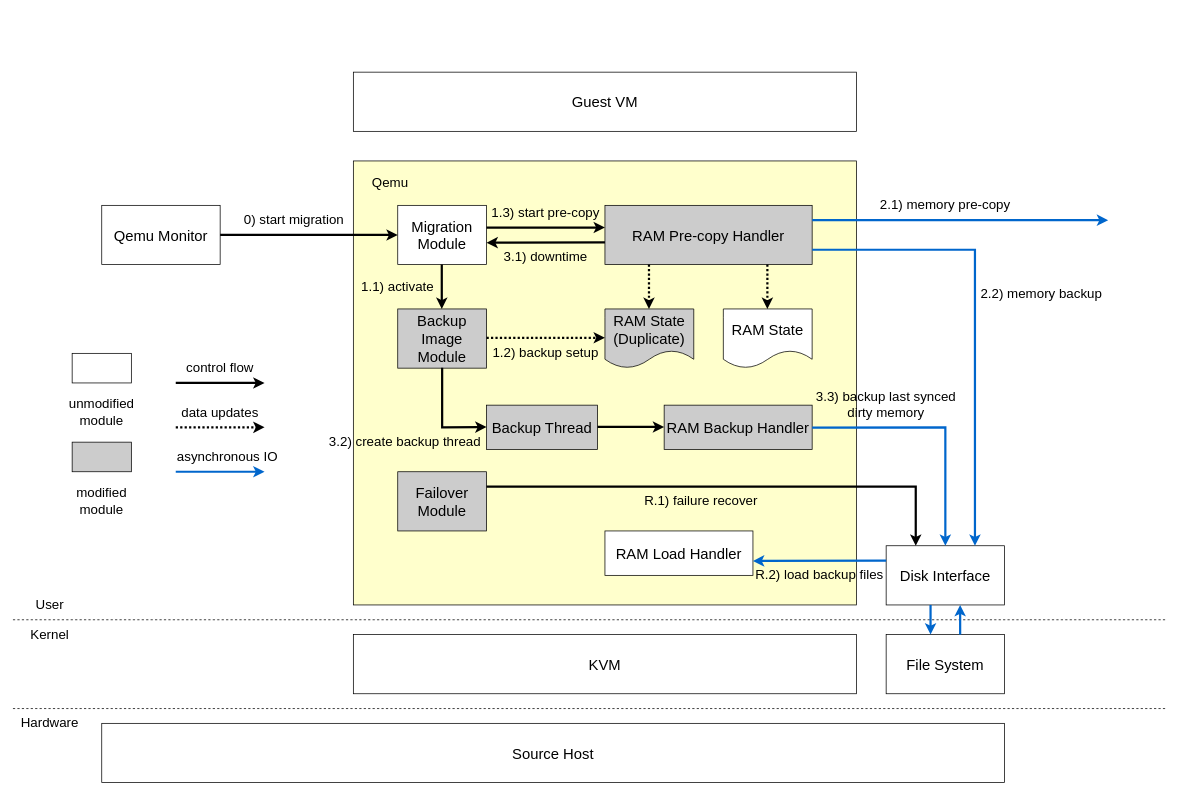
Before: final/architecture source host.drawio in xuyizhe1999/drawio, a draw.io diagram. Source tidied: cells renumbered, new cells numbered last; positions are measured from the earlier drawing's top-left corner, leaving out a move shared by most shapes. Both pictures are drawn from the tidied source at 74%, with x=0, y=0 at pixel (13, 72).
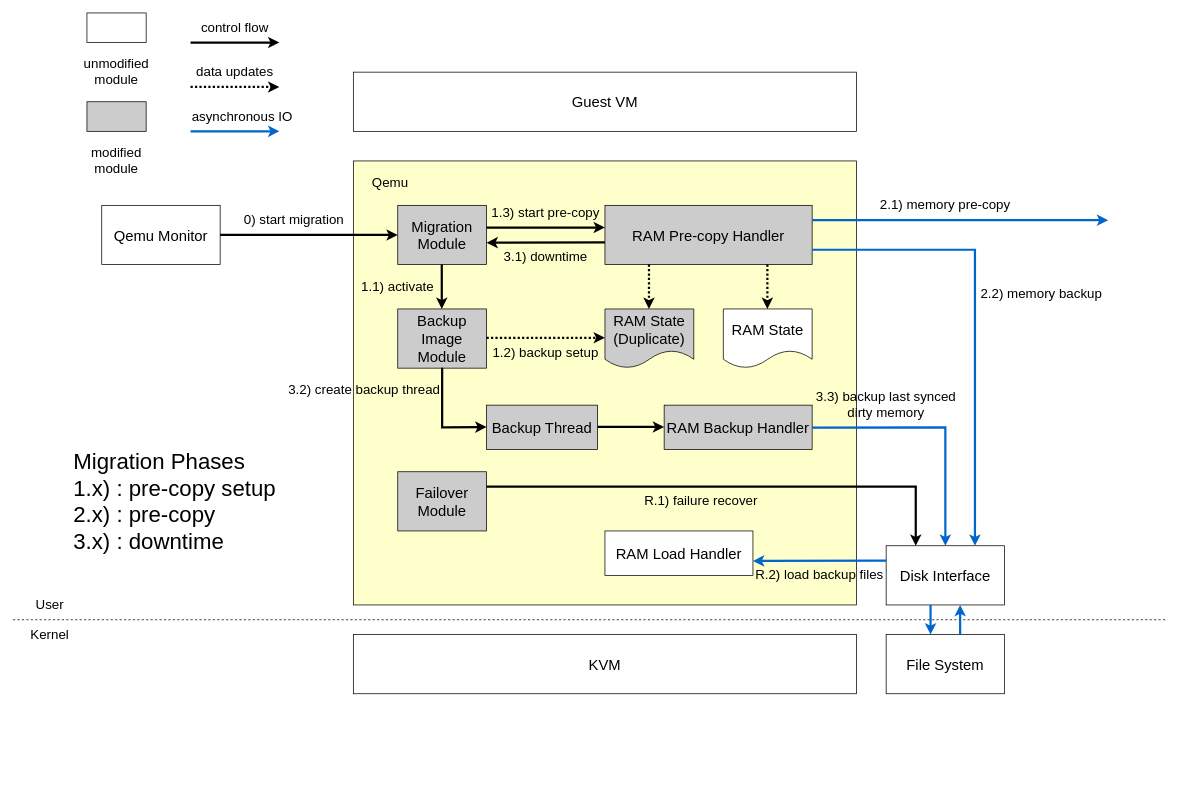
After the change.

The edit, as a diff of the source:
```diff
@@
-    <mxCell id="5" value="&lt;font style=&quot;font-size: 20px;&quot;&gt;Migration&lt;br style=&quot;font-size: 20px;&quot;&gt;Module&lt;/font&gt;" style="rounded=0;whiteSpace=wrap;html=1;fontSize=20;" parent="1" vertex="1">
+    <mxCell id="5" value="&lt;font style=&quot;font-size: 20px;&quot;&gt;Migration&lt;br style=&quot;font-size: 20px;&quot;&gt;Module&lt;/font&gt;" style="rounded=0;whiteSpace=wrap;html=1;fontSize=20;fillColor=#CCCCCC;" parent="1" vertex="1">
       <mxGeometry x="520" y="180" width="120" height="80" as="geometry" />
     </mxCell>
@@
-    <mxCell id="38" style="endArrow=none;dashed=1;html=1;rounded=0;" parent="1" edge="1">
-      <mxGeometry relative="1" as="geometry">
-        <mxPoint y="860" as="sourcePoint" />
-        <mxPoint x="1560" y="860" as="targetPoint" />
-      </mxGeometry>
-    </mxCell>
-    <mxCell id="39" value="&lt;span style=&quot;font-size: 18px;&quot;&gt;Hardware&lt;/span&gt;" style="text;html=1;strokeColor=none;fillColor=none;align=center;verticalAlign=middle;whiteSpace=wrap;rounded=0;" parent="1" vertex="1">
-      <mxGeometry y="860" width="100" height="40" as="geometry" />
-    </mxCell>
@@
-    <mxCell id="43" value="&lt;font style=&quot;font-size: 20px;&quot;&gt;Source Host&lt;/font&gt;" style="rounded=0;whiteSpace=wrap;html=1;" parent="1" vertex="1">
-      <mxGeometry x="120" y="880" width="1220" height="80" as="geometry" />
-    </mxCell>
-    <mxCell id="44" style="endArrow=classic;html=1;rounded=0;strokeWidth=3;" parent="1" edge="1">
-      <mxGeometry relative="1" as="geometry">
-        <mxPoint x="220" y="420" as="sourcePoint" />
-        <mxPoint x="340" y="420" as="targetPoint" />
-      </mxGeometry>
-    </mxCell>
-    <mxCell id="45" style="endArrow=classic;html=1;rounded=0;strokeWidth=3;strokeColor=#0066CC;" parent="1" edge="1">
-      <mxGeometry relative="1" as="geometry">
-        <mxPoint x="220" y="540" as="sourcePoint" />
-        <mxPoint x="340" y="540" as="targetPoint" />
-      </mxGeometry>
-    </mxCell>
-    <mxCell id="46" value="&lt;span style=&quot;font-size: 18px;&quot;&gt;control flow&lt;/span&gt;" style="text;html=1;strokeColor=none;fillColor=none;align=center;verticalAlign=middle;whiteSpace=wrap;rounded=0;" parent="1" vertex="1">
-      <mxGeometry x="220" y="380" width="120" height="40" as="geometry" />
-    </mxCell>
-    <mxCell id="47" style="endArrow=classic;html=1;rounded=0;strokeWidth=3;dashed=1;dashPattern=1 1;" parent="1" edge="1">
-      <mxGeometry relative="1" as="geometry">
-        <mxPoint x="220" y="480" as="sourcePoint" />
-        <mxPoint x="340" y="480" as="targetPoint" />
-      </mxGeometry>
-    </mxCell>
-    <mxCell id="48" value="&lt;span style=&quot;font-size: 18px;&quot;&gt;data updates&lt;/span&gt;" style="text;html=1;strokeColor=none;fillColor=none;align=center;verticalAlign=middle;whiteSpace=wrap;rounded=0;" parent="1" vertex="1">
-      <mxGeometry x="220" y="440" width="120" height="40" as="geometry" />
-    </mxCell>
-    <mxCell id="49" value="&lt;span style=&quot;font-size: 18px;&quot;&gt;asynchronous IO&lt;/span&gt;" style="text;html=1;strokeColor=none;fillColor=none;align=center;verticalAlign=middle;whiteSpace=wrap;rounded=0;" parent="1" vertex="1">
-      <mxGeometry x="220" y="500" width="140" height="40" as="geometry" />
-    </mxCell>
-    <mxCell id="50" style="rounded=0;whiteSpace=wrap;html=1;" parent="1" vertex="1">
-      <mxGeometry x="80" y="380" width="80" height="40" as="geometry" />
-    </mxCell>
-    <mxCell id="51" value="&lt;span style=&quot;font-size: 18px;&quot;&gt;unmodified module&lt;/span&gt;" style="text;html=1;strokeColor=none;fillColor=none;align=center;verticalAlign=middle;whiteSpace=wrap;rounded=0;" parent="1" vertex="1">
-      <mxGeometry x="60" y="440" width="120" height="40" as="geometry" />
-    </mxCell>
-    <mxCell id="52" style="rounded=0;whiteSpace=wrap;html=1;fillColor=#CCCCCC;" parent="1" vertex="1">
-      <mxGeometry x="80" y="500" width="80" height="40" as="geometry" />
-    </mxCell>
-    <mxCell id="53" value="&lt;span style=&quot;font-size: 18px;&quot;&gt;modified module&lt;/span&gt;" style="text;html=1;strokeColor=none;fillColor=none;align=center;verticalAlign=middle;whiteSpace=wrap;rounded=0;" parent="1" vertex="1">
-      <mxGeometry x="60" y="560" width="120" height="40" as="geometry" />
-    </mxCell>
@@
-    <mxCell id="55" value="&lt;font style=&quot;font-size: 18px;&quot;&gt;3.2) create backup thread&lt;/font&gt;" style="text;html=1;strokeColor=none;fillColor=none;align=center;verticalAlign=middle;whiteSpace=wrap;rounded=0;" parent="1" vertex="1">
-      <mxGeometry x="420" y="480" width="220" height="40" as="geometry" />
-    </mxCell>
@@
+    <mxCell id="61" style="endArrow=classic;html=1;rounded=0;strokeWidth=3;" parent="1" edge="1">
+      <mxGeometry relative="1" as="geometry">
+        <mxPoint x="240" y="-40" as="sourcePoint" />
+        <mxPoint x="360" y="-40" as="targetPoint" />
+      </mxGeometry>
+    </mxCell>
+    <mxCell id="62" style="endArrow=classic;html=1;rounded=0;strokeWidth=3;strokeColor=#0066CC;" parent="1" edge="1">
+      <mxGeometry relative="1" as="geometry">
+        <mxPoint x="240" y="80" as="sourcePoint" />
+        <mxPoint x="360" y="80" as="targetPoint" />
+      </mxGeometry>
+    </mxCell>
+    <mxCell id="46" value="&lt;span style=&quot;font-size: 18px;&quot;&gt;control flow&lt;/span&gt;" style="text;html=1;strokeColor=none;fillColor=none;align=center;verticalAlign=middle;whiteSpace=wrap;rounded=0;" parent="1" vertex="1">
+      <mxGeometry x="240" y="-80" width="120" height="40" as="geometry" />
+    </mxCell>
+    <mxCell id="63" style="endArrow=classic;html=1;rounded=0;strokeWidth=3;dashed=1;dashPattern=1 1;" parent="1" edge="1">
+      <mxGeometry relative="1" as="geometry">
+        <mxPoint x="240" y="20" as="sourcePoint" />
+        <mxPoint x="360" y="20" as="targetPoint" />
+      </mxGeometry>
+    </mxCell>
+    <mxCell id="48" value="&lt;span style=&quot;font-size: 18px;&quot;&gt;data updates&lt;/span&gt;" style="text;html=1;strokeColor=none;fillColor=none;align=center;verticalAlign=middle;whiteSpace=wrap;rounded=0;" parent="1" vertex="1">
+      <mxGeometry x="240" y="-20" width="120" height="40" as="geometry" />
+    </mxCell>
+    <mxCell id="49" value="&lt;span style=&quot;font-size: 18px;&quot;&gt;asynchronous IO&lt;/span&gt;" style="text;html=1;strokeColor=none;fillColor=none;align=center;verticalAlign=middle;whiteSpace=wrap;rounded=0;" parent="1" vertex="1">
+      <mxGeometry x="240" y="40" width="140" height="40" as="geometry" />
+    </mxCell>
+    <mxCell id="64" style="rounded=0;whiteSpace=wrap;html=1;" parent="1" vertex="1">
+      <mxGeometry x="100" y="-80" width="80" height="40" as="geometry" />
+    </mxCell>
+    <mxCell id="51" value="&lt;span style=&quot;font-size: 18px;&quot;&gt;unmodified module&lt;/span&gt;" style="text;html=1;strokeColor=none;fillColor=none;align=center;verticalAlign=middle;whiteSpace=wrap;rounded=0;" parent="1" vertex="1">
+      <mxGeometry x="80" y="-20" width="120" height="40" as="geometry" />
+    </mxCell>
+    <mxCell id="65" style="rounded=0;whiteSpace=wrap;html=1;fillColor=#CCCCCC;" parent="1" vertex="1">
+      <mxGeometry x="100" y="40" width="80" height="40" as="geometry" />
+    </mxCell>
+    <mxCell id="53" value="&lt;span style=&quot;font-size: 18px;&quot;&gt;modified module&lt;/span&gt;" style="text;html=1;strokeColor=none;fillColor=none;align=center;verticalAlign=middle;whiteSpace=wrap;rounded=0;" parent="1" vertex="1">
+      <mxGeometry x="80" y="100" width="120" height="40" as="geometry" />
+    </mxCell>
+    <mxCell id="55" value="&lt;font style=&quot;font-size: 18px;&quot;&gt;3.2) create backup thread&lt;/font&gt;" style="text;html=1;strokeColor=none;fillColor=none;align=center;verticalAlign=middle;whiteSpace=wrap;rounded=0;" parent="1" vertex="1">
+      <mxGeometry x="365" y="410" width="220" height="40" as="geometry" />
+    </mxCell>
+    <mxCell id="66" value="&lt;font style=&quot;font-size: 30px;&quot;&gt;Migration Phases&lt;br&gt;1.x) : pre-copy setup&lt;br&gt;2.x) : pre-copy&lt;br&gt;3.x) : downtime&lt;br&gt;&lt;/font&gt;" style="text;html=1;strokeColor=none;fillColor=none;align=left;verticalAlign=middle;whiteSpace=wrap;rounded=0;" parent="1" vertex="1">
+      <mxGeometry x="80" y="500" width="300" height="160" as="geometry" />
+    </mxCell>
```
